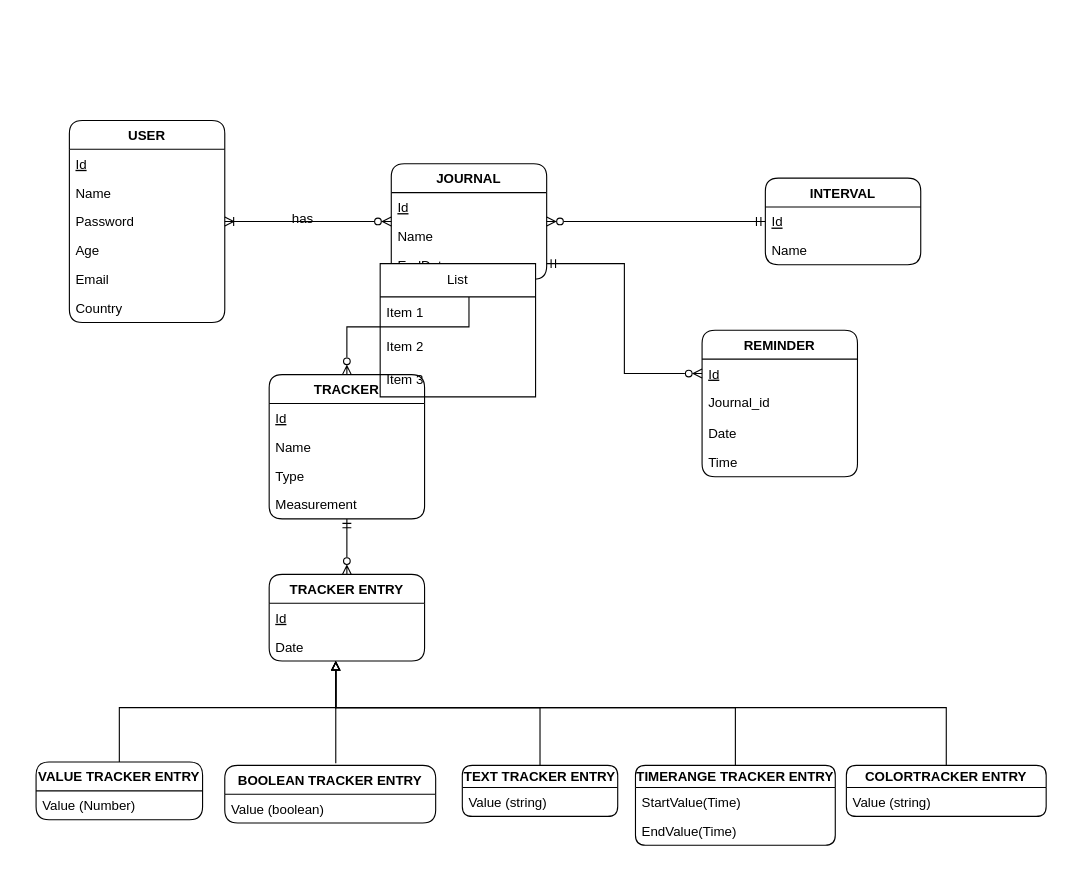
This is page "UML" (2 of 3) of Documentation/tracker app.drawio from margotgradina/HabitHare, a draw.io file, before an edit. Source tidied: cells renumbered, new cells numbered last; positions are measured from the earlier drawing's top-left corner, leaving out a move shared by most shapes. Both pictures are drawn from the tidied source at 111%, with x=0, y=0 at pixel (36, 120).
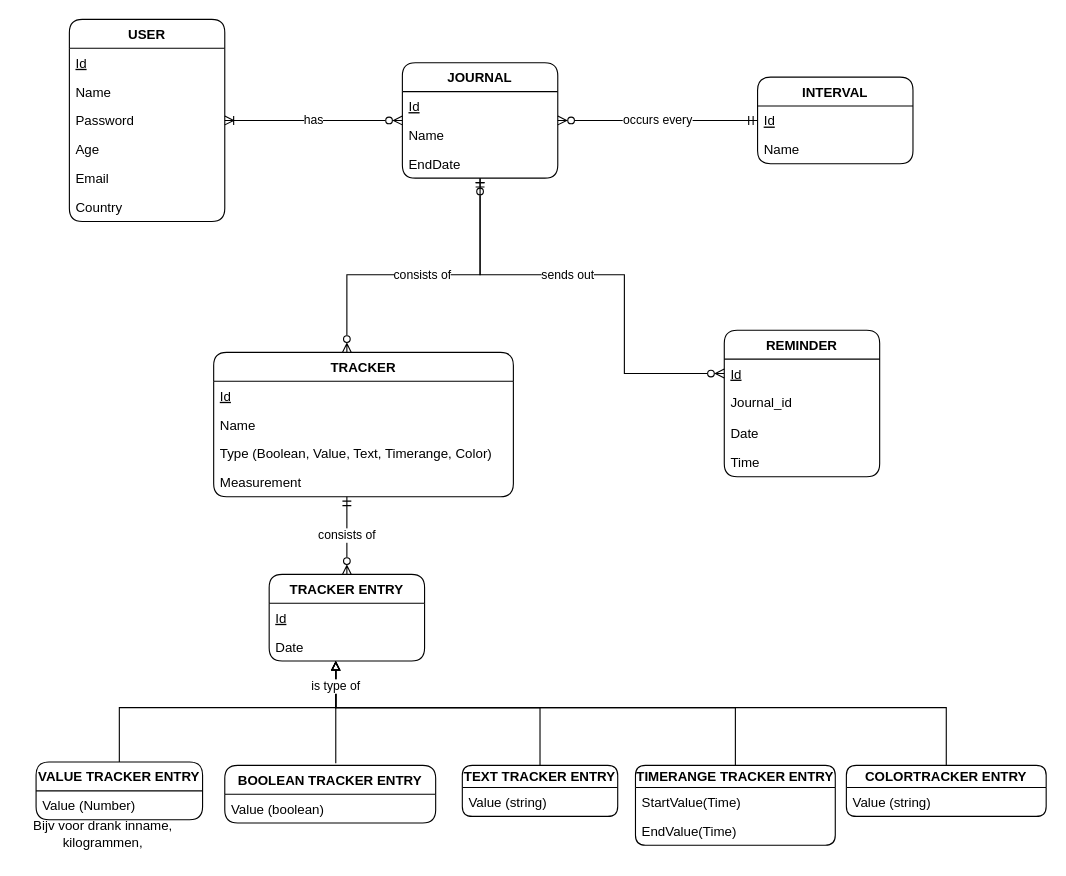
The same page after the edit.

Unchanged cells that the change refers to:
```xml
<mxCell id="25" value="Id" style="text;strokeColor=none;fillColor=none;align=left;verticalAlign=top;spacingLeft=4;spacingRight=4;overflow=hidden;points=[[0,0.5],[1,0.5]];portConstraint=eastwest;fontStyle=4;" parent="24" vertex="1">
  <mxGeometry y="26" width="140" height="26" as="geometry" />
</mxCell>
<mxCell id="31" value="TRACKER ENTRY" style="swimlane;fontStyle=1;horizontal=1;startSize=26;fillColor=none;rounded=1;" parent="1" vertex="1">
  <mxGeometry x="210" y="409" width="140" height="78" as="geometry" />
</mxCell>
<mxCell id="48" value="COLORTRACKER ENTRY" style="swimlane;fontStyle=1;horizontal=1;startSize=20;fillColor=none;rounded=1;" parent="1" vertex="1">
  <mxGeometry x="730" y="581" width="180" height="46" as="geometry" />
</mxCell>
```

Change to the diagram source:
```diff
@@
-    <mxCell id="2" style="edgeStyle=orthogonalEdgeStyle;rounded=0;jettySize=auto;html=1;entryX=0.5;entryY=0;entryDx=0;entryDy=0;startArrow=ERzeroToOne;startFill=0;endArrow=ERzeroToMany;endFill=0;" parent="1" edge="1" source="3" target="11">
-      <mxGeometry relative="1" as="geometry" />
+    <mxCell id="2" value="consists of" style="edgeStyle=orthogonalEdgeStyle;rounded=0;jettySize=auto;html=1;startArrow=ERzeroToOne;startFill=0;endArrow=ERzeroToMany;endFill=0;" parent="1" edge="1" source="3" target="11">
+      <mxGeometry relative="1" as="geometry">
+        <Array as="points">
+          <mxPoint x="400" y="139" />
+          <mxPoint x="280" y="139" />
+        </Array>
+      </mxGeometry>
     </mxCell>
     <mxCell id="3" value="JOURNAL" style="swimlane;fontStyle=1;horizontal=1;startSize=26;fillColor=none;rounded=1;" parent="1" vertex="1">
-      <mxGeometry x="320" y="39" width="140" height="104" as="geometry" />
+      <mxGeometry x="330" y="-52" width="140" height="104" as="geometry" />
     </mxCell>
@@
-    <mxCell id="7" style="edgeStyle=orthogonalEdgeStyle;rounded=0;jettySize=auto;html=1;startArrow=ERmandOne;startFill=0;endArrow=ERzeroToMany;endFill=0;" parent="1" edge="1" source="8" target="3">
+    <mxCell id="7" value="occurs every" style="edgeStyle=orthogonalEdgeStyle;rounded=0;jettySize=auto;html=1;startArrow=ERmandOne;startFill=0;endArrow=ERzeroToMany;endFill=0;" parent="1" edge="1" source="8" target="3">
       <mxGeometry relative="1" as="geometry" />
     </mxCell>
     <mxCell id="8" value="INTERVAL" style="swimlane;fontStyle=1;horizontal=1;startSize=26;fillColor=none;rounded=1;" parent="1" vertex="1">
-      <mxGeometry x="657" y="52" width="140" height="78" as="geometry" />
+      <mxGeometry x="650" y="-39" width="140" height="78" as="geometry" />
     </mxCell>
@@
     <mxCell id="11" value="TRACKER" style="swimlane;fontStyle=1;horizontal=1;startSize=26;fillColor=none;rounded=1;" parent="1" vertex="1">
-      <mxGeometry x="210" y="229" width="140" height="130" as="geometry" />
+      <mxGeometry x="160" y="209" width="270" height="130" as="geometry" />
     </mxCell>
     <mxCell id="12" value="Id" style="text;strokeColor=none;fillColor=none;align=left;verticalAlign=top;spacingLeft=4;spacingRight=4;overflow=hidden;fontStyle=4;" parent="11" vertex="1">
-      <mxGeometry y="26" width="140" height="26" as="geometry" />
+      <mxGeometry y="26" width="270" height="26" as="geometry" />
     </mxCell>
     <mxCell id="13" value="Name" style="text;strokeColor=none;fillColor=none;align=left;verticalAlign=top;spacingLeft=4;spacingRight=4;overflow=hidden;" parent="11" vertex="1">
-      <mxGeometry y="52" width="140" height="26" as="geometry" />
+      <mxGeometry y="52" width="270" height="26" as="geometry" />
     </mxCell>
-    <mxCell id="14" value="Type" style="text;strokeColor=none;fillColor=none;align=left;verticalAlign=top;spacingLeft=4;spacingRight=4;overflow=hidden;" parent="11" vertex="1">
-      <mxGeometry y="78" width="140" height="26" as="geometry" />
+    <mxCell id="14" value="Type (Boolean, Value, Text, Timerange, Color)&#10;" style="text;strokeColor=none;fillColor=none;align=left;verticalAlign=top;spacingLeft=4;spacingRight=4;overflow=hidden;" parent="11" vertex="1">
+      <mxGeometry y="78" width="270" height="26" as="geometry" />
     </mxCell>
     <mxCell id="15" value="Measurement" style="text;strokeColor=none;fillColor=none;align=left;verticalAlign=top;spacingLeft=4;spacingRight=4;overflow=hidden;" parent="11" vertex="1">
-      <mxGeometry y="104" width="140" height="26" as="geometry" />
+      <mxGeometry y="104" width="270" height="26" as="geometry" />
     </mxCell>
     <mxCell id="16" value="USER" style="swimlane;fontStyle=1;horizontal=1;startSize=26;fillColor=none;rounded=1;" parent="1" vertex="1">
-      <mxGeometry x="30" width="140" height="182" as="geometry" />
+      <mxGeometry x="30" y="-91" width="140" height="182" as="geometry" />
     </mxCell>
@@
-    <mxCell id="23" style="edgeStyle=orthogonalEdgeStyle;rounded=0;jettySize=auto;html=1;endArrow=ERzeroToMany;endFill=0;startArrow=ERoneToMany;startFill=0;" parent="1" edge="1" source="16" target="3">
+    <mxCell id="23" value="has" style="edgeStyle=orthogonalEdgeStyle;rounded=0;jettySize=auto;html=1;endArrow=ERzeroToMany;endFill=0;startArrow=ERoneToMany;startFill=0;" parent="1" edge="1" source="16" target="3">
       <mxGeometry relative="1" as="geometry" />
     </mxCell>
     <mxCell id="24" value="REMINDER" style="swimlane;fontStyle=1;horizontal=1;startSize=26;fillColor=none;rounded=1;" parent="1" vertex="1">
-      <mxGeometry x="600" y="189" width="140" height="132" as="geometry" />
+      <mxGeometry x="620" y="189" width="140" height="132" as="geometry" />
     </mxCell>
@@
-    <mxCell id="29" style="edgeStyle=orthogonalEdgeStyle;rounded=0;jettySize=auto;html=1;entryX=0;entryY=0.5;entryDx=0;entryDy=0;startArrow=ERmandOne;startFill=0;endArrow=ERzeroToMany;endFill=0;" parent="1" edge="1" source="3" target="25">
-      <mxGeometry relative="1" as="geometry">
+    <mxCell id="29" value="sends out" style="edgeStyle=orthogonalEdgeStyle;rounded=0;jettySize=auto;html=1;entryX=0;entryY=0.5;entryDx=0;entryDy=0;startArrow=ERmandOne;startFill=0;endArrow=ERzeroToMany;endFill=0;" parent="1" edge="1" source="3" target="25">
+      <mxGeometry x="-0.16" relative="1" as="geometry">
         <Array as="points">
-          <mxPoint x="530" y="129" />
+          <mxPoint x="400" y="139" />
+          <mxPoint x="530" y="139" />
           <mxPoint x="530" y="228" />
         </Array>
       </mxGeometry>
     </mxCell>
-    <mxCell id="30" style="edgeStyle=orthogonalEdgeStyle;rounded=0;jettySize=auto;html=1;endArrow=ERmandOne;endFill=0;startArrow=ERzeroToMany;startFill=0;" parent="1" edge="1" source="31" target="11">
-      <mxGeometry relative="1" as="geometry" />
+    <mxCell id="30" value="consists of" style="edgeStyle=orthogonalEdgeStyle;rounded=0;jettySize=auto;html=1;endArrow=ERmandOne;endFill=0;startArrow=ERzeroToMany;startFill=0;" parent="1" edge="1" source="31" target="11">
+      <mxGeometry relative="1" as="geometry">
+        <Array as="points">
+          <mxPoint x="280" y="379" />
+          <mxPoint x="280" y="379" />
+        </Array>
+      </mxGeometry>
     </mxCell>
@@
-    <mxCell id="47" style="edgeStyle=orthogonalEdgeStyle;rounded=0;jettySize=auto;html=1;startArrow=none;startFill=0;endArrow=block;endFill=0;" parent="1" edge="1" source="48" target="31">
-      <mxGeometry relative="1" as="geometry">
+    <mxCell id="47" value="is type of" style="edgeStyle=orthogonalEdgeStyle;rounded=0;jettySize=auto;html=1;startArrow=none;startFill=0;endArrow=block;endFill=0;" parent="1" edge="1" source="48" target="31">
+      <mxGeometry x="0.93" relative="1" as="geometry">
         <Array as="points">
           <mxPoint x="820" y="529" />
           <mxPoint x="270" y="529" />
         </Array>
       </mxGeometry>
     </mxCell>
@@
-    <mxCell id="50" value="has" style="text;html=1;align=center;verticalAlign=middle;strokeColor=none;fillColor=none;" parent="1" vertex="1">
-      <mxGeometry x="220" y="74" width="40" height="30" as="geometry" />
-    </mxCell>
-    <mxCell id="51" value="List" style="swimlane;fontStyle=0;horizontal=1;startSize=30;whiteSpace=wrap;html=1;" parent="1" vertex="1">
-      <mxGeometry x="310" y="129" width="140" height="120" as="geometry" />
-    </mxCell>
-    <mxCell id="52" value="Item 1" style="text;strokeColor=none;fillColor=none;align=left;verticalAlign=middle;spacingLeft=4;spacingRight=4;overflow=hidden;whiteSpace=wrap;html=1;" parent="51" vertex="1">
-      <mxGeometry y="30" width="140" height="30" as="geometry" />
-    </mxCell>
-    <mxCell id="53" value="Item 2" style="text;strokeColor=none;fillColor=none;align=left;verticalAlign=middle;spacingLeft=4;spacingRight=4;overflow=hidden;whiteSpace=wrap;html=1;" parent="51" vertex="1">
-      <mxGeometry y="60" width="140" height="30" as="geometry" />
-    </mxCell>
-    <mxCell id="54" value="Item 3" style="text;strokeColor=none;fillColor=none;align=left;verticalAlign=middle;spacingLeft=4;spacingRight=4;overflow=hidden;whiteSpace=wrap;html=1;" parent="51" vertex="1">
-      <mxGeometry y="90" width="140" height="30" as="geometry" />
-    </mxCell>
+    <mxCell id="55" value="Bijv voor drank inname, &lt;br&gt;kilogrammen,&lt;br&gt;" style="text;html=1;align=center;verticalAlign=middle;strokeColor=none;fillColor=none;" parent="1" vertex="1">
+      <mxGeometry x="-15" y="623" width="150" height="40" as="geometry" />
+    </mxCell>
```
